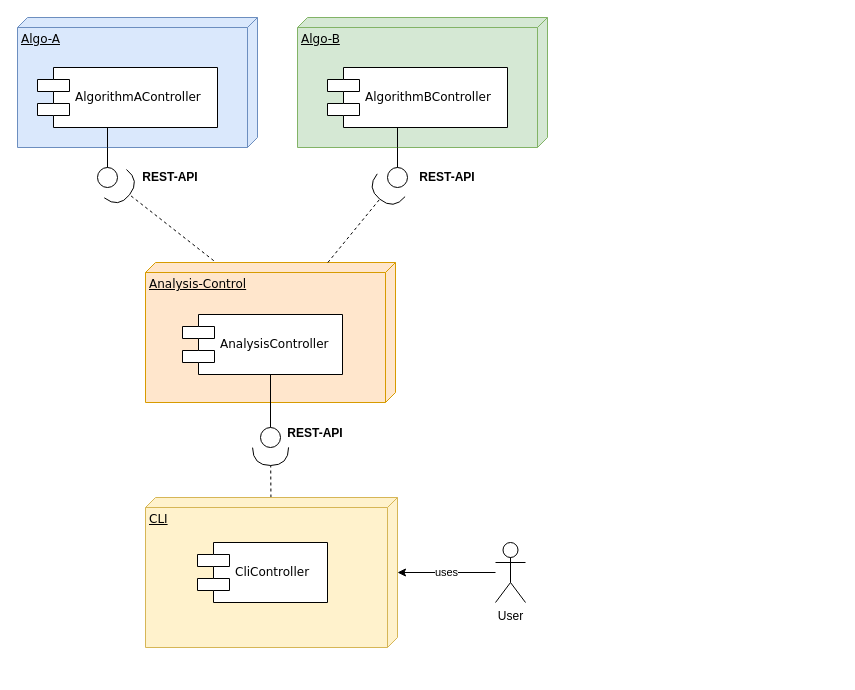
Before: img/uml.drawio in interBN/ooka-uebung5, a draw.io diagram. Source tidied: cells renumbered, new cells numbered last; positions are measured from the earlier drawing's top-left corner, leaving out a move shared by most shapes. Both pictures are drawn from the tidied source at 100%, with x=0, y=0 at pixel (17, 17).
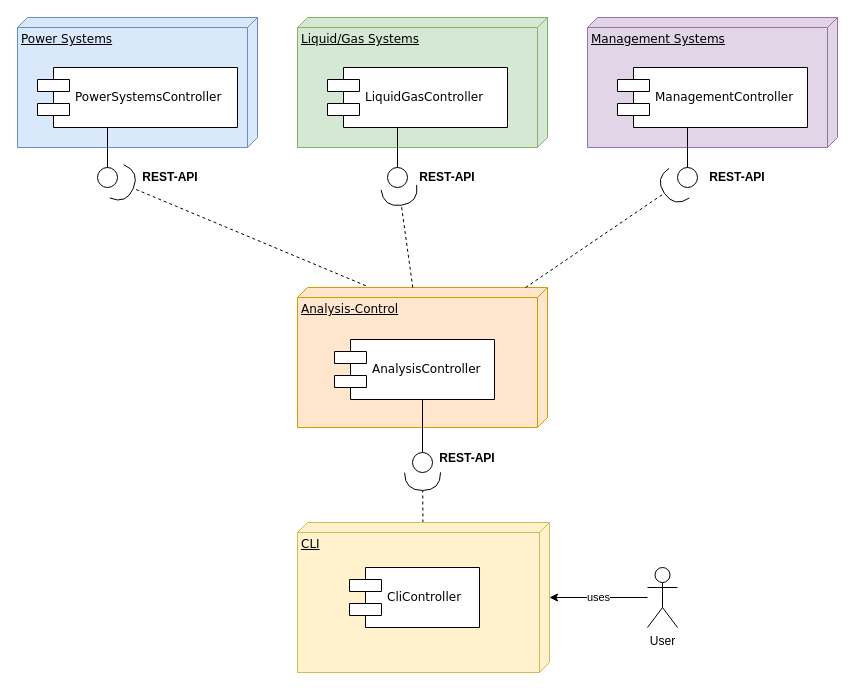
After the change.

What changed in the source:
```diff
@@
-    <mxCell id="2" value="Algo-A" style="verticalAlign=top;align=left;spacingTop=8;spacingLeft=2;spacingRight=12;shape=cube;size=10;direction=south;fontStyle=4;html=1;rounded=0;shadow=0;comic=0;labelBackgroundColor=none;strokeWidth=1;fontFamily=Verdana;fontSize=12;fillColor=#dae8fc;strokeColor=#6c8ebf;" parent="1" vertex="1">
+    <mxCell id="2" value="Power Systems" style="verticalAlign=top;align=left;spacingTop=8;spacingLeft=2;spacingRight=12;shape=cube;size=10;direction=south;fontStyle=4;html=1;rounded=0;shadow=0;comic=0;labelBackgroundColor=none;strokeWidth=1;fontFamily=Verdana;fontSize=12;fillColor=#dae8fc;strokeColor=#6c8ebf;" parent="1" vertex="1">
       <mxGeometry width="240" height="130" as="geometry" />
     </mxCell>
-    <mxCell id="3" value="Algo-B" style="verticalAlign=top;align=left;spacingTop=8;spacingLeft=2;spacingRight=12;shape=cube;size=10;direction=south;fontStyle=4;html=1;rounded=0;shadow=0;comic=0;labelBackgroundColor=none;strokeWidth=1;fontFamily=Verdana;fontSize=12;fillColor=#d5e8d4;strokeColor=#82b366;" parent="1" vertex="1">
+    <mxCell id="3" value="Liquid/Gas Systems" style="verticalAlign=top;align=left;spacingTop=8;spacingLeft=2;spacingRight=12;shape=cube;size=10;direction=south;fontStyle=4;html=1;rounded=0;shadow=0;comic=0;labelBackgroundColor=none;strokeWidth=1;fontFamily=Verdana;fontSize=12;fillColor=#d5e8d4;strokeColor=#82b366;" parent="1" vertex="1">
       <mxGeometry x="280" width="250" height="130" as="geometry" />
     </mxCell>
     <mxCell id="4" value="Analysis-Control" style="verticalAlign=top;align=left;spacingTop=8;spacingLeft=2;spacingRight=12;shape=cube;size=10;direction=south;fontStyle=4;html=1;rounded=0;shadow=0;comic=0;labelBackgroundColor=none;strokeWidth=1;fontFamily=Verdana;fontSize=12;fillColor=#ffe6cc;strokeColor=#d79b00;" parent="1" vertex="1">
-      <mxGeometry x="128" y="245" width="250" height="140" as="geometry" />
+      <mxGeometry x="280" y="270" width="250" height="140" as="geometry" />
     </mxCell>
-    <mxCell id="5" value="AlgorithmAController" style="shape=component;align=left;spacingLeft=36;rounded=0;shadow=0;comic=0;labelBackgroundColor=none;strokeWidth=1;fontFamily=Verdana;fontSize=12;html=1;" parent="1" vertex="1">
-      <mxGeometry x="20" y="50" width="180" height="60" as="geometry" />
+    <mxCell id="5" value="PowerSystemsController" style="shape=component;align=left;spacingLeft=36;rounded=0;shadow=0;comic=0;labelBackgroundColor=none;strokeWidth=1;fontFamily=Verdana;fontSize=12;html=1;" parent="1" vertex="1">
+      <mxGeometry x="20" y="50" width="200" height="60" as="geometry" />
     </mxCell>
@@
-    <mxCell id="7" value="AlgorithmBController" style="shape=component;align=left;spacingLeft=36;rounded=0;shadow=0;comic=0;labelBackgroundColor=none;strokeWidth=1;fontFamily=Verdana;fontSize=12;html=1;" parent="1" vertex="1">
+    <mxCell id="7" value="LiquidGasController" style="shape=component;align=left;spacingLeft=36;rounded=0;shadow=0;comic=0;labelBackgroundColor=none;strokeWidth=1;fontFamily=Verdana;fontSize=12;html=1;" parent="1" vertex="1">
       <mxGeometry x="310" y="50" width="180" height="60" as="geometry" />
     </mxCell>
@@
     <mxCell id="13" style="edgeStyle=orthogonalEdgeStyle;rounded=0;jettySize=auto;html=1;exitX=0.75;exitY=1;exitDx=0;exitDy=0;entryX=0.5;entryY=0;entryDx=0;entryDy=0;endArrow=none;endFill=0;" parent="1" edge="1" source="14" target="15">
       <mxGeometry relative="1" as="geometry">
         <Array as="points">
-          <mxPoint x="253" y="357" />
+          <mxPoint x="405" y="382" />
         </Array>
       </mxGeometry>
     </mxCell>
     <mxCell id="14" value="AnalysisController" style="shape=component;align=left;spacingLeft=36;rounded=0;shadow=0;comic=0;labelBackgroundColor=none;strokeWidth=1;fontFamily=Verdana;fontSize=12;html=1;" parent="1" vertex="1">
-      <mxGeometry x="165" y="297" width="160" height="60" as="geometry" />
+      <mxGeometry x="317" y="322" width="160" height="60" as="geometry" />
     </mxCell>
     <mxCell id="15" style="ellipse;whiteSpace=wrap;html=1;rounded=0;shadow=0;comic=0;labelBackgroundColor=none;strokeWidth=1;fontFamily=Verdana;fontSize=12;align=center;" parent="1" vertex="1">
-      <mxGeometry x="243" y="410" width="20" height="20" as="geometry" />
+      <mxGeometry x="395" y="435" width="20" height="20" as="geometry" />
     </mxCell>
@@
     <mxCell id="17" value="CLI" style="verticalAlign=top;align=left;spacingTop=8;spacingLeft=2;spacingRight=12;shape=cube;size=10;direction=south;fontStyle=4;html=1;rounded=0;shadow=0;comic=0;labelBackgroundColor=none;strokeWidth=1;fontFamily=Verdana;fontSize=12;fillColor=#fff2cc;strokeColor=#d6b656;" parent="1" vertex="1">
-      <mxGeometry x="128" y="480" width="252" height="150" as="geometry" />
+      <mxGeometry x="280" y="505" width="252" height="150" as="geometry" />
     </mxCell>
     <mxCell id="18" value="CliController" style="shape=component;align=left;spacingLeft=36;rounded=0;shadow=0;comic=0;labelBackgroundColor=none;strokeWidth=1;fontFamily=Verdana;fontSize=12;html=1;" parent="1" vertex="1">
-      <mxGeometry x="180" y="525" width="130" height="60" as="geometry" />
+      <mxGeometry x="332" y="550" width="130" height="60" as="geometry" />
     </mxCell>
@@
     <mxCell id="20" value="User" style="shape=umlActor;verticalLabelPosition=bottom;verticalAlign=top;html=1;outlineConnect=0;" parent="1" vertex="1">
-      <mxGeometry x="478" y="525" width="30" height="60" as="geometry" />
+      <mxGeometry x="630" y="550" width="30" height="60" as="geometry" />
     </mxCell>
@@
     <mxCell id="23" value="REST-API" style="text;html=1;strokeColor=none;fillColor=none;align=center;verticalAlign=middle;whiteSpace=wrap;rounded=0;fontStyle=1;" parent="1" vertex="1">
-      <mxGeometry x="268" y="401" width="60" height="30" as="geometry" />
+      <mxGeometry x="420" y="426" width="60" height="30" as="geometry" />
     </mxCell>
+    <mxCell id="24" value="Management Systems" style="verticalAlign=top;align=left;spacingTop=8;spacingLeft=2;spacingRight=12;shape=cube;size=10;direction=south;fontStyle=4;html=1;rounded=0;shadow=0;comic=0;labelBackgroundColor=none;strokeWidth=1;fontFamily=Verdana;fontSize=12;fillColor=#e1d5e7;strokeColor=#9673a6;" parent="1" vertex="1">
+      <mxGeometry x="570" width="250" height="130" as="geometry" />
+    </mxCell>
+    <mxCell id="25" value="ManagementController" style="shape=component;align=left;spacingLeft=36;rounded=0;shadow=0;comic=0;labelBackgroundColor=none;strokeWidth=1;fontFamily=Verdana;fontSize=12;html=1;" parent="1" vertex="1">
+      <mxGeometry x="600" y="50" width="190" height="60" as="geometry" />
+    </mxCell>
+    <mxCell id="26" style="ellipse;whiteSpace=wrap;html=1;rounded=0;shadow=0;comic=0;labelBackgroundColor=none;strokeWidth=1;fontFamily=Verdana;fontSize=12;align=center;" parent="1" vertex="1">
+      <mxGeometry x="660" y="150" width="20" height="20" as="geometry" />
+    </mxCell>
+    <mxCell id="27" style="edgeStyle=elbowEdgeStyle;rounded=0;html=1;labelBackgroundColor=none;startArrow=none;startFill=0;startSize=8;endArrow=none;endFill=0;endSize=16;fontFamily=Verdana;fontSize=12;" parent="1" edge="1" source="26" target="25">
+      <mxGeometry relative="1" as="geometry" />
+    </mxCell>
+    <mxCell id="28" value="REST-API" style="text;html=1;strokeColor=none;fillColor=none;align=center;verticalAlign=middle;whiteSpace=wrap;rounded=0;fontStyle=1;" parent="1" vertex="1">
+      <mxGeometry x="690" y="145" width="60" height="30" as="geometry" />
+    </mxCell>
+    <mxCell id="29" style="edgeStyle=none;rounded=0;html=1;dashed=1;labelBackgroundColor=none;startArrow=none;startFill=0;startSize=8;endArrow=halfCircle;endFill=0;endSize=16;fontFamily=Verdana;fontSize=12;" parent="1" edge="1" source="4" target="26">
+      <mxGeometry relative="1" as="geometry" />
+    </mxCell>
```
